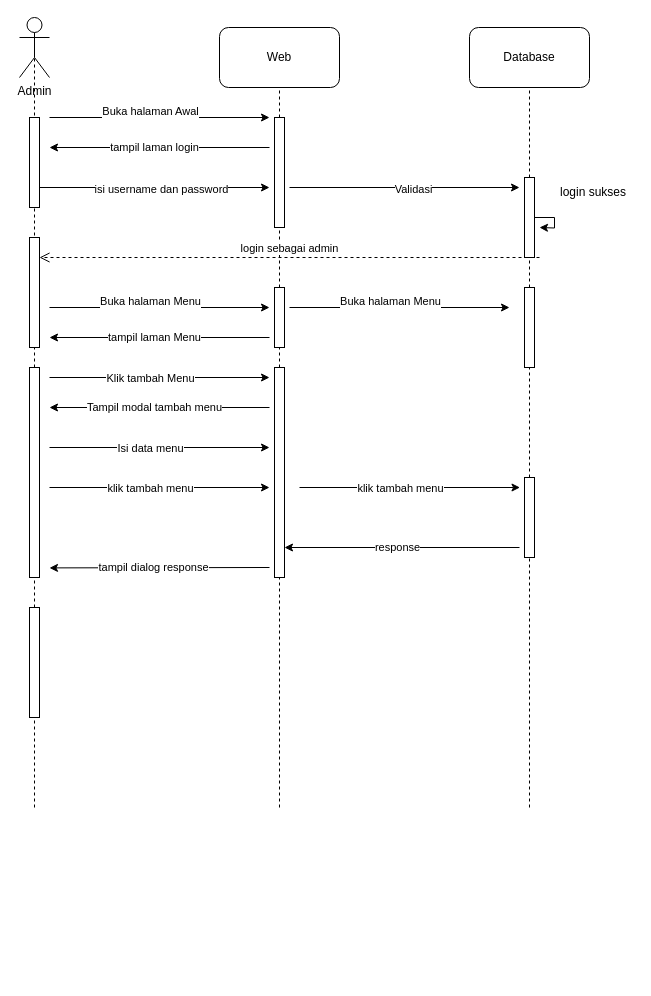
The draw.io diagram Untitled Diagram.drawio in ardyanfalah/skripsi, before the edit. Source tidied: cells renumbered, new cells numbered last; positions are measured from the earlier drawing's top-left corner, leaving out a move shared by most shapes. Both pictures are drawn from the tidied source at 100%, with x=0, y=0 at pixel (19, 17).
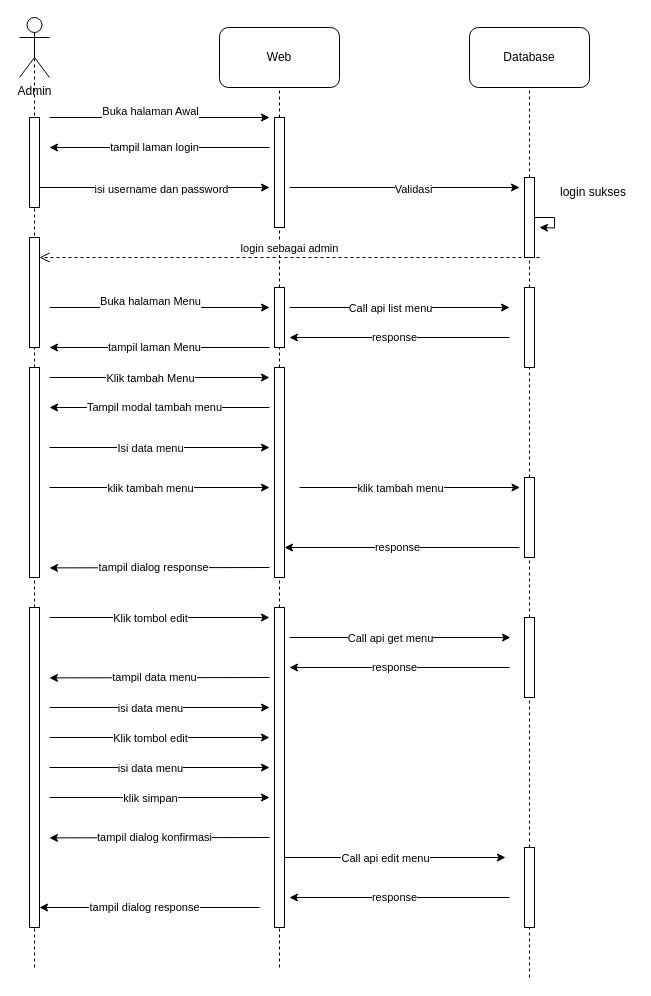
After the change.

The change refers to these unchanged cells:
```xml
<mxCell id="34" style="rounded=0;whiteSpace=wrap;html=1;" parent="1" vertex="1">
  <mxGeometry x="255" y="350" width="10" height="210" as="geometry" />
</mxCell>
<mxCell id="42" style="rounded=0;whiteSpace=wrap;html=1;" parent="1" vertex="1">
  <mxGeometry x="505" y="460" width="10" height="80" as="geometry" />
</mxCell>
<mxCell id="53" style="endArrow=classic;html=1;rounded=0;" parent="1" edge="1">
  <mxGeometry relative="1" as="geometry">
    <mxPoint x="270" y="290" as="sourcePoint" />
    <mxPoint x="490" y="290" as="targetPoint" />
  </mxGeometry>
</mxCell>
```

What changed in the source:
```diff
@@
     <mxCell id="29" style="endArrow=classic;html=1;rounded=0;" parent="1" edge="1">
       <mxGeometry relative="1" as="geometry">
-        <mxPoint x="250" y="320" as="sourcePoint" />
-        <mxPoint x="30" y="320" as="targetPoint" />
+        <mxPoint x="250" y="330" as="sourcePoint" />
+        <mxPoint x="30" y="330" as="targetPoint" />
       </mxGeometry>
     </mxCell>
@@
-    <mxCell id="33" style="endArrow=none;dashed=1;html=1;rounded=0;entryX=0.5;entryY=1;entryDx=0;entryDy=0;" parent="1" edge="1" target="34">
-      <mxGeometry relative="1" as="geometry">
-        <mxPoint x="260" y="790" as="sourcePoint" />
-      </mxGeometry>
+    <mxCell id="33" style="endArrow=none;dashed=1;html=1;rounded=0;entryX=0.5;entryY=1;entryDx=0;entryDy=0;" parent="1" edge="1" source="58" target="34">
+      <mxGeometry relative="1" as="geometry" />
     </mxCell>
@@
-    <mxCell id="41" style="endArrow=none;dashed=1;html=1;rounded=0;entryX=0.5;entryY=1;entryDx=0;entryDy=0;" parent="1" edge="1" target="42">
-      <mxGeometry relative="1" as="geometry">
-        <mxPoint x="510" y="790" as="sourcePoint" />
-      </mxGeometry>
+    <mxCell id="41" style="endArrow=none;dashed=1;html=1;rounded=0;entryX=0.5;entryY=1;entryDx=0;entryDy=0;" parent="1" edge="1" source="74" target="42">
+      <mxGeometry relative="1" as="geometry" />
     </mxCell>
@@
-    <mxCell id="54" value="&lt;div&gt;Buka halaman Menu&lt;/div&gt;&lt;div&gt;&lt;br&gt;&lt;/div&gt;" style="edgeLabel;html=1;align=center;verticalAlign=middle;" parent="53" vertex="1">
+    <mxCell id="54" value="Call api list menu" style="edgeLabel;html=1;align=center;verticalAlign=middle;" parent="53" vertex="1">
       <mxGeometry x="-0.31" relative="1" as="geometry">
         <mxPoint x="24" as="offset" />
       </mxGeometry>
     </mxCell>
     <mxCell id="55" style="endArrow=none;dashed=1;html=1;rounded=0;entryX=0.5;entryY=0.5;entryDx=0;entryDy=0;entryPerimeter=0;" parent="1" edge="1" target="56">
       <mxGeometry relative="1" as="geometry">
-        <mxPoint x="15" y="790" as="sourcePoint" />
+        <mxPoint x="15" y="950" as="sourcePoint" />
       </mxGeometry>
     </mxCell>
     <mxCell id="56" style="rounded=0;whiteSpace=wrap;html=1;" parent="1" vertex="1">
-      <mxGeometry x="10" y="590" width="10" height="110" as="geometry" />
+      <mxGeometry x="10" y="590" width="10" height="320" as="geometry" />
     </mxCell>
+    <mxCell id="57" style="endArrow=none;dashed=1;html=1;rounded=0;entryX=0.5;entryY=1;entryDx=0;entryDy=0;" parent="1" edge="1" target="58">
+      <mxGeometry relative="1" as="geometry">
+        <mxPoint x="260" y="950" as="sourcePoint" />
+      </mxGeometry>
+    </mxCell>
+    <mxCell id="58" style="rounded=0;whiteSpace=wrap;html=1;" parent="1" vertex="1">
+      <mxGeometry x="255" y="590" width="10" height="320" as="geometry" />
+    </mxCell>
+    <mxCell id="59" style="endArrow=classic;html=1;rounded=0;" parent="1" edge="1">
+      <mxGeometry relative="1" as="geometry">
+        <mxPoint x="30" y="600" as="sourcePoint" />
+        <mxPoint x="250" y="600" as="targetPoint" />
+      </mxGeometry>
+    </mxCell>
+    <mxCell id="60" value="&lt;div&gt;Klik tombol edit&lt;/div&gt;" style="edgeLabel;html=1;align=center;verticalAlign=middle;" parent="59" vertex="1">
+      <mxGeometry x="-0.31" relative="1" as="geometry">
+        <mxPoint x="24" as="offset" />
+      </mxGeometry>
+    </mxCell>
+    <mxCell id="61" style="endArrow=classic;html=1;rounded=0;" parent="1" edge="1">
+      <mxGeometry relative="1" as="geometry">
+        <mxPoint x="490" y="320" as="sourcePoint" />
+        <mxPoint x="270" y="320" as="targetPoint" />
+      </mxGeometry>
+    </mxCell>
+    <mxCell id="62" value="response" style="edgeLabel;html=1;align=center;verticalAlign=middle;" parent="61" vertex="1">
+      <mxGeometry x="0.05" y="-1" relative="1" as="geometry" />
+    </mxCell>
+    <mxCell id="63" style="endArrow=classic;html=1;rounded=0;" parent="1" edge="1">
+      <mxGeometry relative="1" as="geometry">
+        <mxPoint x="250" y="660" as="sourcePoint" />
+        <mxPoint x="30" y="660.4" as="targetPoint" />
+      </mxGeometry>
+    </mxCell>
+    <mxCell id="64" value="&lt;div&gt;tampil data menu&lt;/div&gt;" style="edgeLabel;html=1;align=center;verticalAlign=middle;" parent="63" vertex="1">
+      <mxGeometry x="0.05" y="-1" relative="1" as="geometry">
+        <mxPoint x="1" as="offset" />
+      </mxGeometry>
+    </mxCell>
+    <mxCell id="65" style="endArrow=classic;html=1;rounded=0;entryX=-0.45;entryY=0.125;entryDx=0;entryDy=0;entryPerimeter=0;" parent="1" edge="1">
+      <mxGeometry relative="1" as="geometry">
+        <mxPoint x="270" y="620" as="sourcePoint" />
+        <mxPoint x="491" y="620" as="targetPoint" />
+      </mxGeometry>
+    </mxCell>
+    <mxCell id="66" value="Call api get menu" style="edgeLabel;html=1;align=center;verticalAlign=middle;" parent="65" vertex="1">
+      <mxGeometry x="-0.31" relative="1" as="geometry">
+        <mxPoint x="24" as="offset" />
+      </mxGeometry>
+    </mxCell>
+    <mxCell id="67" style="endArrow=classic;html=1;rounded=0;" parent="1" edge="1">
+      <mxGeometry relative="1" as="geometry">
+        <mxPoint x="490" y="650" as="sourcePoint" />
+        <mxPoint x="270" y="650" as="targetPoint" />
+      </mxGeometry>
+    </mxCell>
+    <mxCell id="68" value="response" style="edgeLabel;html=1;align=center;verticalAlign=middle;" parent="67" vertex="1">
+      <mxGeometry x="0.05" y="-1" relative="1" as="geometry" />
+    </mxCell>
+    <mxCell id="69" style="endArrow=classic;html=1;rounded=0;" parent="1" edge="1">
+      <mxGeometry relative="1" as="geometry">
+        <mxPoint x="30" y="690" as="sourcePoint" />
+        <mxPoint x="250" y="690" as="targetPoint" />
+      </mxGeometry>
+    </mxCell>
+    <mxCell id="70" value="isi data menu" style="edgeLabel;html=1;align=center;verticalAlign=middle;" parent="69" vertex="1">
+      <mxGeometry x="-0.31" relative="1" as="geometry">
+        <mxPoint x="24" as="offset" />
+      </mxGeometry>
+    </mxCell>
+    <mxCell id="71" style="endArrow=classic;html=1;rounded=0;" parent="1" edge="1">
+      <mxGeometry relative="1" as="geometry">
+        <mxPoint x="30" y="720" as="sourcePoint" />
+        <mxPoint x="250" y="720" as="targetPoint" />
+      </mxGeometry>
+    </mxCell>
+    <mxCell id="72" value="&lt;div&gt;Klik tombol edit&lt;/div&gt;" style="edgeLabel;html=1;align=center;verticalAlign=middle;" parent="71" vertex="1">
+      <mxGeometry x="-0.31" relative="1" as="geometry">
+        <mxPoint x="24" as="offset" />
+      </mxGeometry>
+    </mxCell>
+    <mxCell id="73" style="endArrow=none;dashed=1;html=1;rounded=0;entryX=0.5;entryY=1;entryDx=0;entryDy=0;" parent="1" edge="1" source="78" target="74">
+      <mxGeometry relative="1" as="geometry" />
+    </mxCell>
+    <mxCell id="74" style="rounded=0;whiteSpace=wrap;html=1;" parent="1" vertex="1">
+      <mxGeometry x="505" y="600" width="10" height="80" as="geometry" />
+    </mxCell>
+    <mxCell id="75" style="endArrow=classic;html=1;rounded=0;" parent="1" edge="1">
+      <mxGeometry relative="1" as="geometry">
+        <mxPoint x="30" y="750" as="sourcePoint" />
+        <mxPoint x="250" y="750" as="targetPoint" />
+      </mxGeometry>
+    </mxCell>
+    <mxCell id="76" value="&lt;div&gt;isi data menu&lt;/div&gt;" style="edgeLabel;html=1;align=center;verticalAlign=middle;" parent="75" vertex="1">
+      <mxGeometry x="-0.31" relative="1" as="geometry">
+        <mxPoint x="24" as="offset" />
+      </mxGeometry>
+    </mxCell>
+    <mxCell id="77" style="endArrow=none;dashed=1;html=1;rounded=0;entryX=0.5;entryY=1;entryDx=0;entryDy=0;" parent="1" edge="1" target="78">
+      <mxGeometry relative="1" as="geometry">
+        <mxPoint x="510" y="960" as="sourcePoint" />
+      </mxGeometry>
+    </mxCell>
+    <mxCell id="78" style="rounded=0;whiteSpace=wrap;html=1;" parent="1" vertex="1">
+      <mxGeometry x="505" y="830" width="10" height="80" as="geometry" />
+    </mxCell>
+    <mxCell id="79" style="endArrow=classic;html=1;rounded=0;entryX=-0.45;entryY=0.125;entryDx=0;entryDy=0;entryPerimeter=0;" parent="1" edge="1">
+      <mxGeometry relative="1" as="geometry">
+        <mxPoint x="265" y="840" as="sourcePoint" />
+        <mxPoint x="486" y="840" as="targetPoint" />
+      </mxGeometry>
+    </mxCell>
+    <mxCell id="80" value="&lt;div&gt;Call api edit menu&lt;/div&gt;" style="edgeLabel;html=1;align=center;verticalAlign=middle;" parent="79" vertex="1">
+      <mxGeometry x="-0.31" relative="1" as="geometry">
+        <mxPoint x="24" as="offset" />
+      </mxGeometry>
+    </mxCell>
+    <mxCell id="81" style="endArrow=classic;html=1;rounded=0;" parent="1" edge="1">
+      <mxGeometry relative="1" as="geometry">
+        <mxPoint x="490" y="880" as="sourcePoint" />
+        <mxPoint x="270" y="880" as="targetPoint" />
+      </mxGeometry>
+    </mxCell>
+    <mxCell id="82" value="response" style="edgeLabel;html=1;align=center;verticalAlign=middle;" parent="81" vertex="1">
+      <mxGeometry x="0.05" y="-1" relative="1" as="geometry" />
+    </mxCell>
+    <mxCell id="83" style="endArrow=classic;html=1;rounded=0;" parent="1" edge="1">
+      <mxGeometry relative="1" as="geometry">
+        <mxPoint x="250" y="820" as="sourcePoint" />
+        <mxPoint x="30" y="820.4" as="targetPoint" />
+      </mxGeometry>
+    </mxCell>
+    <mxCell id="84" value="&lt;div&gt;tampil dialog konfirmasi&lt;/div&gt;" style="edgeLabel;html=1;align=center;verticalAlign=middle;" parent="83" vertex="1">
+      <mxGeometry x="0.05" y="-1" relative="1" as="geometry">
+        <mxPoint x="1" as="offset" />
+      </mxGeometry>
+    </mxCell>
+    <mxCell id="85" style="endArrow=classic;html=1;rounded=0;" parent="1" edge="1">
+      <mxGeometry relative="1" as="geometry">
+        <mxPoint x="30" y="780" as="sourcePoint" />
+        <mxPoint x="250" y="780" as="targetPoint" />
+      </mxGeometry>
+    </mxCell>
+    <mxCell id="86" value="&lt;div&gt;klik simpan&lt;/div&gt;" style="edgeLabel;html=1;align=center;verticalAlign=middle;" parent="85" vertex="1">
+      <mxGeometry x="-0.31" relative="1" as="geometry">
+        <mxPoint x="24" as="offset" />
+      </mxGeometry>
+    </mxCell>
+    <mxCell id="87" style="endArrow=classic;html=1;rounded=0;" parent="1" edge="1">
+      <mxGeometry relative="1" as="geometry">
+        <mxPoint x="240" y="890" as="sourcePoint" />
+        <mxPoint x="20" y="890" as="targetPoint" />
+      </mxGeometry>
+    </mxCell>
+    <mxCell id="88" value="tampil dialog response" style="edgeLabel;html=1;align=center;verticalAlign=middle;" parent="87" vertex="1">
+      <mxGeometry x="0.05" y="-1" relative="1" as="geometry" />
+    </mxCell>
```
